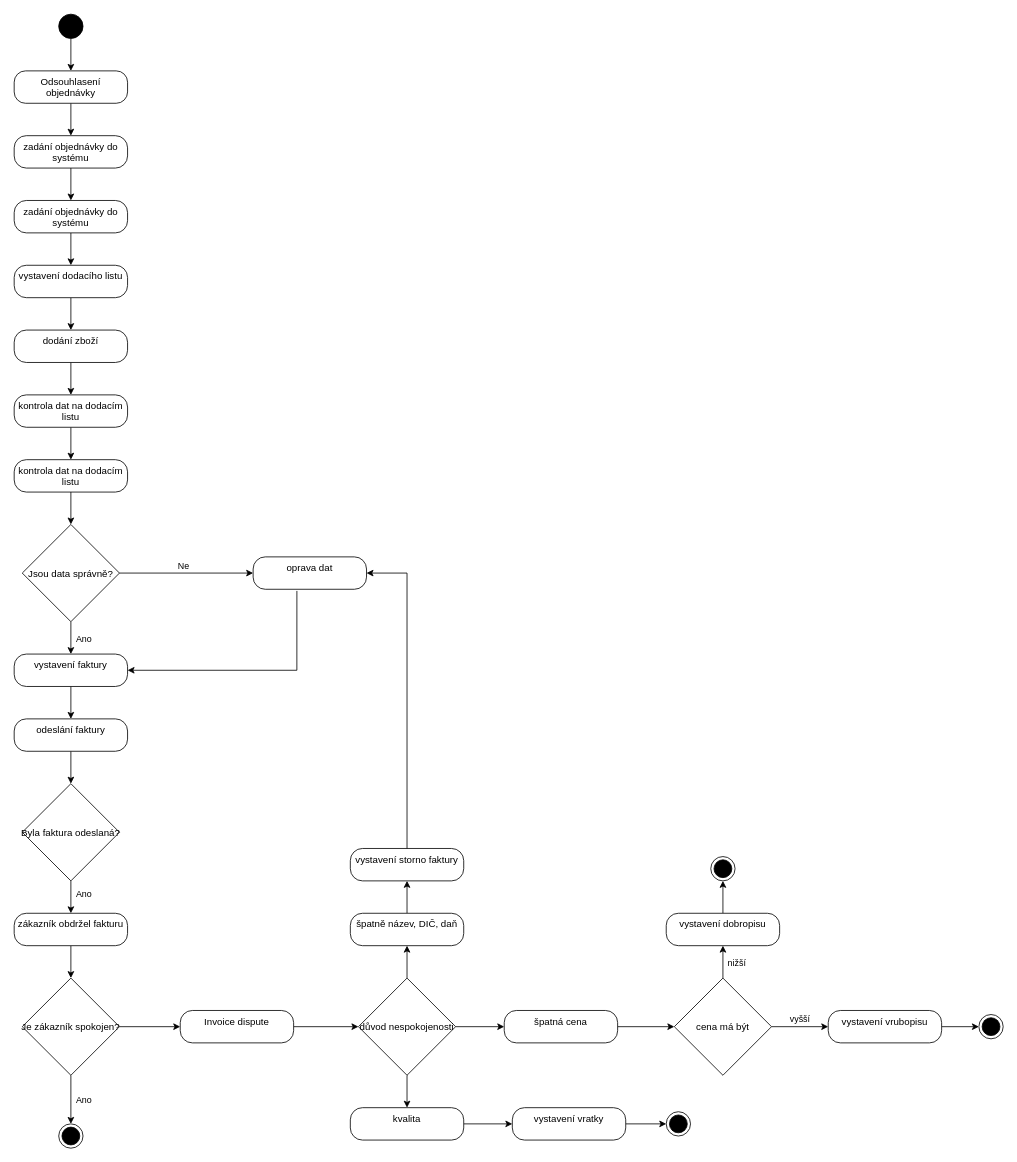
The draw.io diagram Aktivity diagram (2).drawio in xmardol40/pg, before the edit. Source tidied: cells renumbered, new cells numbered last; positions are measured from the earlier drawing's top-left corner, leaving out a move shared by most shapes. Both pictures are drawn from the tidied source at 81%, with x=0, y=0 at pixel (14, 14).
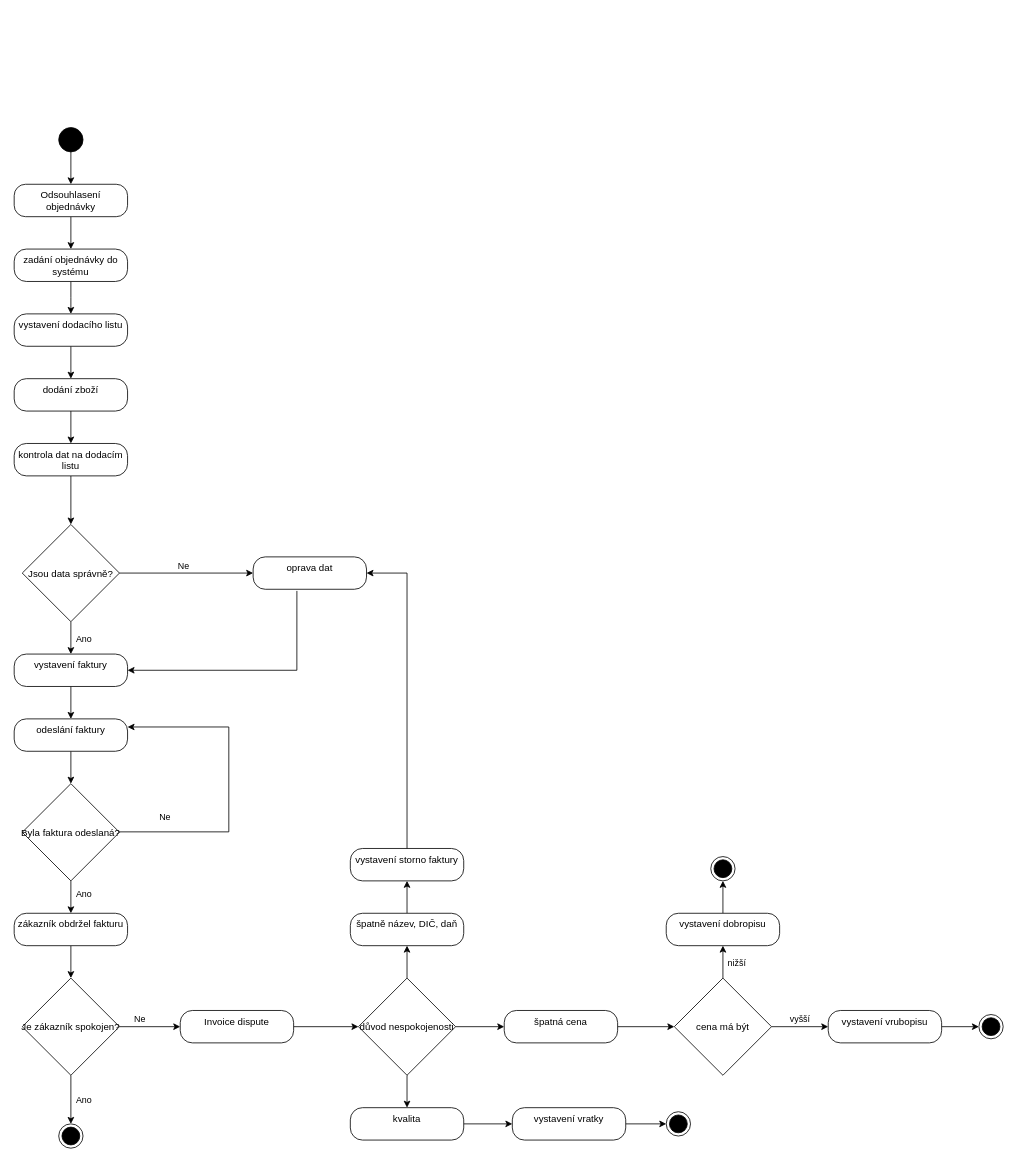
The same diagram, later.

The change refers to these unchanged cells:
```xml
<mxCell id="24" value="odeslání faktury" style="html=1;align=center;verticalAlign=top;rounded=1;absoluteArcSize=1;arcSize=30;dashed=0;whiteSpace=wrap;" parent="1" vertex="1">
  <mxGeometry y="870" width="140" height="40" as="geometry" />
</mxCell>
```

The edit, as a diff of the source:
```diff
@@
     <mxCell id="3" style="ellipse;fillColor=strokeColor;html=1;" parent="1" vertex="1">
-      <mxGeometry x="55" width="30" height="30" as="geometry" />
+      <mxGeometry x="55" y="140" width="30" height="30" as="geometry" />
     </mxCell>
@@
     <mxCell id="5" value="Odsouhlasení objednávky" style="html=1;align=center;verticalAlign=top;rounded=1;absoluteArcSize=1;arcSize=28;dashed=0;whiteSpace=wrap;" parent="1" vertex="1">
-      <mxGeometry y="70" width="140" height="40" as="geometry" />
+      <mxGeometry y="210" width="140" height="40" as="geometry" />
     </mxCell>
-    <mxCell id="6" style="edgeStyle=orthogonalEdgeStyle;rounded=0;jettySize=auto;html=1;" parent="1" edge="1" source="7" target="9">
-      <mxGeometry relative="1" as="geometry" />
+    <mxCell id="6" style="edgeStyle=orthogonalEdgeStyle;rounded=0;jettySize=auto;html=1;" parent="1" edge="1" source="7">
+      <mxGeometry relative="1" as="geometry">
+        <mxPoint x="70" y="370" as="targetPoint" />
+      </mxGeometry>
     </mxCell>
     <mxCell id="7" value="zadání objednávky do systému" style="html=1;align=center;verticalAlign=top;rounded=1;absoluteArcSize=1;arcSize=30;dashed=0;whiteSpace=wrap;" parent="1" vertex="1">
-      <mxGeometry y="150" width="140" height="40" as="geometry" />
+      <mxGeometry y="290" width="140" height="40" as="geometry" />
     </mxCell>
-    <mxCell id="8" style="edgeStyle=orthogonalEdgeStyle;rounded=0;jettySize=auto;html=1;" parent="1" edge="1" source="9" target="11">
-      <mxGeometry relative="1" as="geometry" />
-    </mxCell>
-    <mxCell id="9" value="zadání objednávky do systému" style="html=1;align=center;verticalAlign=top;rounded=1;absoluteArcSize=1;arcSize=30;dashed=0;whiteSpace=wrap;" parent="1" vertex="1">
-      <mxGeometry y="230" width="140" height="40" as="geometry" />
-    </mxCell>
@@
     <mxCell id="11" value="vystavení dodacího listu" style="html=1;align=center;verticalAlign=top;rounded=1;absoluteArcSize=1;arcSize=30;dashed=0;whiteSpace=wrap;" parent="1" vertex="1">
-      <mxGeometry y="310" width="140" height="40" as="geometry" />
+      <mxGeometry y="370" width="140" height="40" as="geometry" />
     </mxCell>
-    <mxCell id="12" style="edgeStyle=orthogonalEdgeStyle;rounded=0;jettySize=auto;html=1;" parent="1" edge="1" source="13" target="15">
+    <mxCell id="12" style="edgeStyle=orthogonalEdgeStyle;rounded=0;jettySize=auto;html=1;entryX=0.5;entryY=0;entryDx=0;entryDy=0;" parent="1" edge="1" source="13" target="17">
       <mxGeometry relative="1" as="geometry" />
     </mxCell>
     <mxCell id="13" value="dodání zboží" style="html=1;align=center;verticalAlign=top;rounded=1;absoluteArcSize=1;arcSize=30;dashed=0;whiteSpace=wrap;" parent="1" vertex="1">
-      <mxGeometry y="390" width="140" height="40" as="geometry" />
+      <mxGeometry y="450" width="140" height="40" as="geometry" />
     </mxCell>
-    <mxCell id="14" style="edgeStyle=orthogonalEdgeStyle;rounded=0;jettySize=auto;html=1;" parent="1" edge="1" source="15" target="17">
-      <mxGeometry relative="1" as="geometry" />
-    </mxCell>
-    <mxCell id="15" value="kontrola dat na dodacím listu" style="html=1;align=center;verticalAlign=top;rounded=1;absoluteArcSize=1;arcSize=30;dashed=0;whiteSpace=wrap;" parent="1" vertex="1">
-      <mxGeometry y="470" width="140" height="40" as="geometry" />
-    </mxCell>
@@
     <mxCell id="17" value="kontrola dat na dodacím listu" style="html=1;align=center;verticalAlign=top;rounded=1;absoluteArcSize=1;arcSize=30;dashed=0;whiteSpace=wrap;" parent="1" vertex="1">
-      <mxGeometry y="550" width="140" height="40" as="geometry" />
+      <mxGeometry y="530" width="140" height="40" as="geometry" />
     </mxCell>
@@
+    <mxCell id="67" style="rounded=0;jettySize=auto;html=1;entryX=1;entryY=0.25;entryDx=0;entryDy=0;edgeStyle=orthogonalEdgeStyle;" parent="1" edge="1" target="24">
+      <mxGeometry relative="1" as="geometry">
+        <mxPoint x="130" y="1009.5" as="sourcePoint" />
+        <Array as="points">
+          <mxPoint x="265" y="1010" />
+          <mxPoint x="265" y="880" />
+        </Array>
+      </mxGeometry>
+    </mxCell>
+    <mxCell id="68" value="Ne" style="edgeLabel;html=1;align=center;verticalAlign=middle;" parent="67" vertex="1">
+      <mxGeometry x="-0.2" y="3" relative="1" as="geometry">
+        <mxPoint x="-77" y="2" as="offset" />
+      </mxGeometry>
+    </mxCell>
+    <mxCell id="69" value="Ne" style="edgeLabel;html=1;align=center;verticalAlign=middle;" parent="1" vertex="1">
+      <mxGeometry x="195" y="1000.5" as="geometry">
+        <mxPoint x="-41" y="240" as="offset" />
+      </mxGeometry>
+    </mxCell>
```
